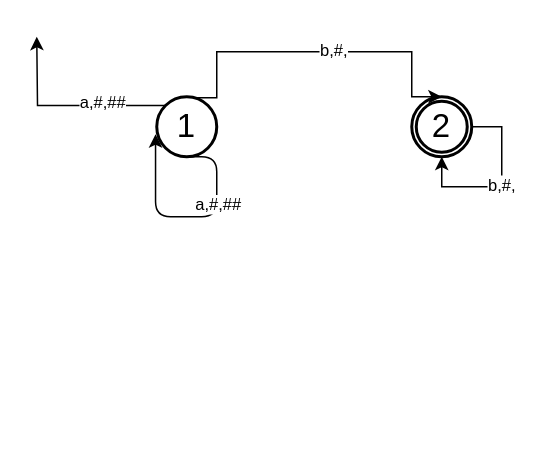
The draw.io diagram data/pda/pda.drawio.xml in QuetzColito/Automatonator, before the edit. Source tidied: cells renumbered, new cells numbered last; positions are measured from the earlier drawing's top-left corner, leaving out a move shared by most shapes. Both pictures are drawn from the tidied source at 150%, with x=0, y=0 at pixel (36, 36).
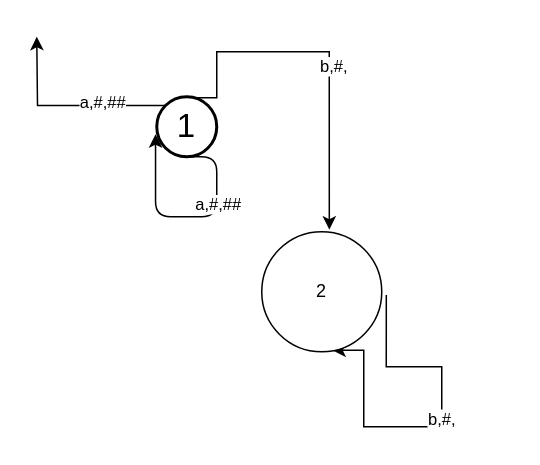
The same diagram, later.

Commit message (it also covers changes not shown here):
fix final state handling in pda

Diff of the diagram source:
```diff
@@
 <mxGraphModel>
   <root>
     <mxCell id="0" />
     <mxCell id="1" parent="0" />
-    <mxCell id="2" value="2" style="ellipse;shape=doubleEllipse;whiteSpace=wrap;html=1;strokeWidth=2;fontSize=22;fixDash=0;backgroundOutline=0;comic=0;margin=3;fontFamily=Helvetica;fontColor=default;labelBackgroundColor=none;align=center;verticalAlign=middle;fillColor=none;gradientColor=none;" parent="1" vertex="1">
-      <mxGeometry x="250" y="40" width="40" height="40" as="geometry" />
-    </mxCell>
-    <mxCell id="3" style="edgeStyle=orthogonalEdgeStyle;rounded=0;jettySize=auto;html=1;exitX=0.599;exitY=0.018;exitDx=0;exitDy=0;entryX=0.5;entryY=0;entryDx=0;entryDy=0;exitPerimeter=0;" parent="1" edge="1" source="9" target="2">
+    <mxCell id="3" style="edgeStyle=orthogonalEdgeStyle;rounded=0;jettySize=auto;html=1;exitX=0.599;exitY=0.018;exitDx=0;exitDy=0;entryX=0.563;entryY=-0.017;entryDx=0;entryDy=0;exitPerimeter=0;entryPerimeter=0;" parent="1" edge="1" source="9" target="2">
       <mxGeometry relative="1" as="geometry">
         <Array as="points">
           <mxPoint x="120" y="41" />
           <mxPoint x="120" y="10" />
-          <mxPoint x="250" y="10" />
-          <mxPoint x="250" y="40" />
+          <mxPoint x="195" y="10" />
         </Array>
       </mxGeometry>
     </mxCell>
     <mxCell id="4" value="&lt;div&gt;b,#,&lt;/div&gt;" style="edgeLabel;html=1;align=center;verticalAlign=middle;" parent="3" vertex="1">
       <mxGeometry x="0.09" y="2" relative="1" as="geometry" />
     </mxCell>
     <mxCell id="5" style="edgeStyle=orthogonalEdgeStyle;rounded=1;orthogonalLoop=1;jettySize=auto;html=1;exitX=0.5;exitY=1;exitDx=0;exitDy=0;entryX=-0.02;entryY=0.625;entryDx=0;entryDy=0;entryPerimeter=0;curved=0;" parent="1" edge="1" source="9" target="9">
       <mxGeometry relative="1" as="geometry">
         <Array as="points">
           <mxPoint x="120" y="80" />
           <mxPoint x="120" y="120" />
           <mxPoint x="79" y="120" />
         </Array>
       </mxGeometry>
     </mxCell>
     <mxCell id="6" value="&lt;div&gt;a,#,##&lt;/div&gt;" style="edgeLabel;html=1;align=center;verticalAlign=middle;" parent="5" vertex="1">
       <mxGeometry x="-0.35" relative="1" as="geometry" />
     </mxCell>
     <mxCell id="7" style="edgeStyle=orthogonalEdgeStyle;rounded=0;jettySize=auto;html=1;exitX=0;exitY=0;exitDx=0;exitDy=0;" parent="1" edge="1" source="9">
       <mxGeometry relative="1" as="geometry">
         <mxPoint as="targetPoint" />
       </mxGeometry>
     </mxCell>
     <mxCell id="8" value="a,#,##" style="edgeLabel;html=1;align=center;verticalAlign=middle;" parent="7" vertex="1">
       <mxGeometry x="-0.36" y="-2" relative="1" as="geometry" />
     </mxCell>
     <mxCell id="9" value="1" style="ellipse;whiteSpace=wrap;html=1;strokeWidth=2;fontSize=22;fontFamily=Helvetica;fontColor=default;labelBackgroundColor=none;align=center;verticalAlign=middle;fillColor=none;gradientColor=none;" parent="1" vertex="1">
       <mxGeometry x="80" y="40" width="40" height="40" as="geometry" />
     </mxCell>
-    <mxCell id="10" style="edgeStyle=orthogonalEdgeStyle;rounded=0;orthogonalLoop=1;jettySize=auto;html=1;exitX=1;exitY=0.5;exitDx=0;exitDy=0;" parent="1" edge="1" source="2" target="2">
-      <mxGeometry relative="1" as="geometry" />
+    <mxCell id="10" style="edgeStyle=orthogonalEdgeStyle;rounded=0;orthogonalLoop=1;jettySize=auto;html=1;exitX=1.038;exitY=0.528;exitDx=0;exitDy=0;entryX=0.588;entryY=0.988;entryDx=0;entryDy=0;entryPerimeter=0;exitPerimeter=0;" parent="1" edge="1" source="2" target="2">
+      <mxGeometry relative="1" as="geometry">
+        <Array as="points">
+          <mxPoint x="233" y="220" />
+          <mxPoint x="270" y="220" />
+          <mxPoint x="270" y="260" />
+          <mxPoint x="218" y="260" />
+          <mxPoint x="218" y="209" />
+        </Array>
+      </mxGeometry>
     </mxCell>
     <mxCell id="11" value="&lt;div&gt;b,#,&lt;br&gt;&lt;/div&gt;" style="edgeLabel;html=1;align=center;verticalAlign=middle;" parent="10" vertex="1">
       <mxGeometry x="-0.04" y="-1" relative="1" as="geometry" />
     </mxCell>
+    <mxCell id="2" value="2" style="ellipse;whiteSpace=wrap;html=1;" parent="1" vertex="1">
+      <mxGeometry x="150" y="130" width="80" height="80" as="geometry" />
+    </mxCell>
   </root>
 </mxGraphModel>
```
